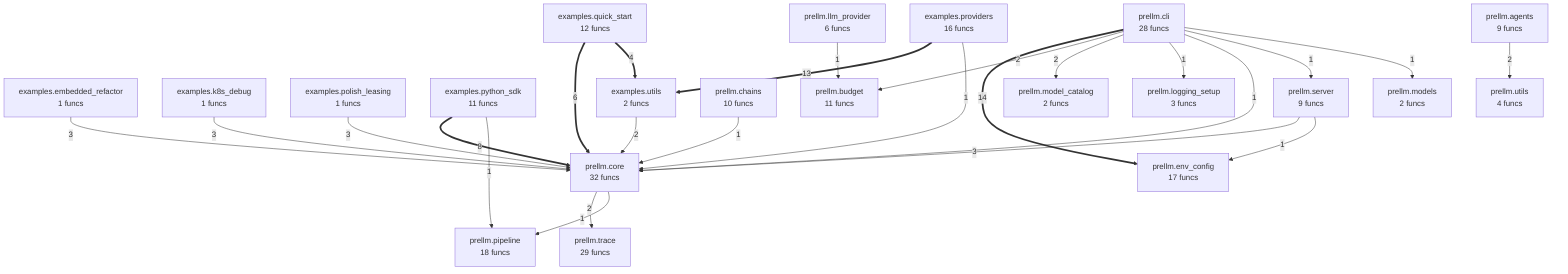
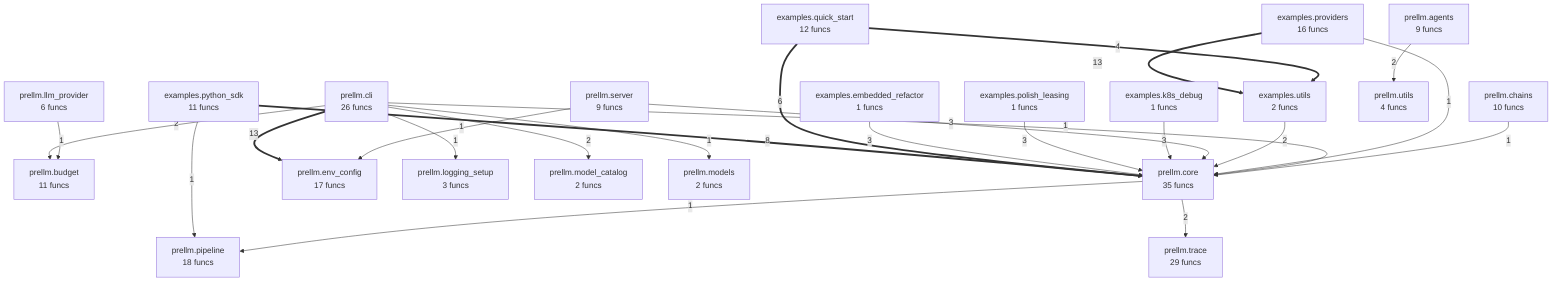
flowchart TD
    examples__embedded_refactor["examples.embedded_refactor<br/>1 funcs"]
    examples__k8s_debug["examples.k8s_debug<br/>1 funcs"]
    examples__polish_leasing["examples.polish_leasing<br/>1 funcs"]
    examples__providers["examples.providers<br/>16 funcs"]
    examples__python_sdk["examples.python_sdk<br/>11 funcs"]
    examples__quick_start["examples.quick_start<br/>12 funcs"]
    examples__utils["examples.utils<br/>2 funcs"]
    prellm__agents["prellm.agents<br/>9 funcs"]
    prellm__budget["prellm.budget<br/>11 funcs"]
    prellm__chains["prellm.chains<br/>10 funcs"]
-     prellm__cli["prellm.cli<br/>28 funcs"]
-     prellm__core["prellm.core<br/>32 funcs"]
+     prellm__cli["prellm.cli<br/>26 funcs"]
+     prellm__core["prellm.core<br/>35 funcs"]
    prellm__env_config["prellm.env_config<br/>17 funcs"]
    prellm__llm_provider["prellm.llm_provider<br/>6 funcs"]
    prellm__logging_setup["prellm.logging_setup<br/>3 funcs"]
    prellm__model_catalog["prellm.model_catalog<br/>2 funcs"]
    prellm__models["prellm.models<br/>2 funcs"]
    prellm__pipeline["prellm.pipeline<br/>18 funcs"]
    prellm__server["prellm.server<br/>9 funcs"]
    prellm__trace["prellm.trace<br/>29 funcs"]
    prellm__utils["prellm.utils<br/>4 funcs"]
-     prellm__cli ==>|14| prellm__env_config
    examples__providers ==>|13| examples__utils
+     prellm__cli ==>|13| prellm__env_config
    examples__python_sdk ==>|8| prellm__core
    examples__quick_start ==>|6| prellm__core
    examples__quick_start ==>|4| examples__utils
    examples__embedded_refactor -->|3| prellm__core
    examples__polish_leasing -->|3| prellm__core
    examples__k8s_debug -->|3| prellm__core
    prellm__server -->|3| prellm__core
+     prellm__core -->|2| prellm__trace
+     prellm__cli -->|2| prellm__model_catalog
    prellm__cli -->|2| prellm__budget
-     prellm__cli -->|2| prellm__model_catalog
-     prellm__core -->|2| prellm__trace
    prellm__agents -->|2| prellm__utils
    examples__utils -->|2| prellm__core
    examples__providers -->|1| prellm__core
    examples__python_sdk -->|1| prellm__pipeline
+     prellm__llm_provider -->|1| prellm__budget
+     prellm__server -->|1| prellm__env_config
+     prellm__core -->|1| prellm__pipeline
+     prellm__cli -->|1| prellm__models
    prellm__cli -->|1| prellm__logging_setup
    prellm__cli -->|1| prellm__core
-     prellm__cli -->|1| prellm__server
-     prellm__cli -->|1| prellm__models
-     prellm__server -->|1| prellm__env_config
-     prellm__core -->|1| prellm__pipeline
-     prellm__llm_provider -->|1| prellm__budget
    prellm__chains -->|1| prellm__core
